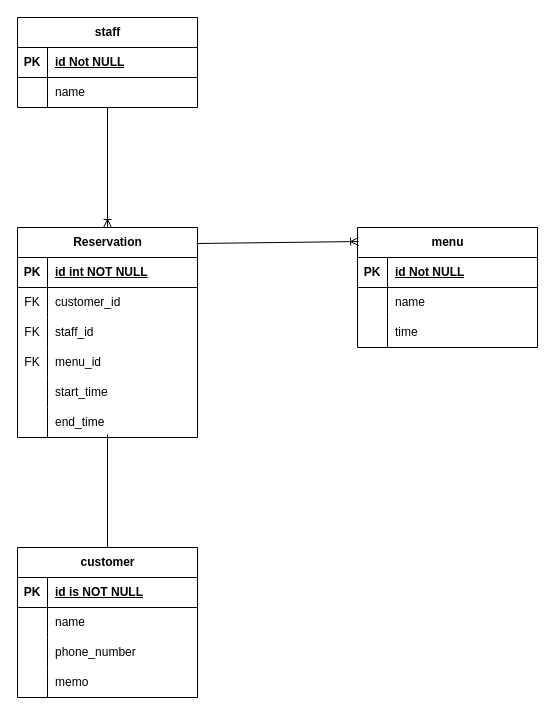
Above: docs/er-diagram.drawio in kukanji/ReserveFlow (draw.io), before the change. Source tidied: cells renumbered, new cells numbered last; positions are measured from the earlier drawing's top-left corner, leaving out a move shared by most shapes. Both pictures are drawn from the tidied source at 100%, with x=0, y=0 at pixel (17, 17).
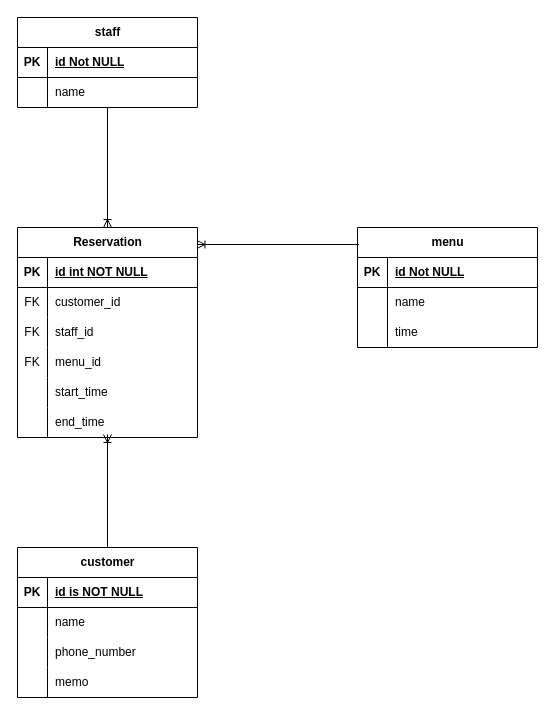
Above is the later version.

Commit message:
ER図のテーブル間の関係性を変更

The change refers to these unchanged cells:
```xml
<mxCell id="3" value="Reservation" style="shape=table;startSize=30;childLayout=tableLayout;rowLines=0;fontStyle=1;align=center;html=1;" parent="1" vertex="1">
  <mxGeometry y="210" width="180" height="210" as="geometry" />
</mxCell>
<mxCell id="19" style="shape=tableRow;horizontal=0;startSize=0;swimlaneHead=0;swimlaneBody=0;fillColor=none;points=[[0,0.5],[1,0.5]];portConstraint=eastwest;top=0;left=0;right=0;bottom=0;" parent="3" vertex="1">
  <mxGeometry y="180" width="180" height="30" as="geometry" />
</mxCell>
<mxCell id="22" value="customer" style="shape=table;startSize=30;childLayout=tableLayout;rowLines=0;fontStyle=1;align=center;html=1;" parent="1" vertex="1">
  <mxGeometry y="530" width="180" height="150" as="geometry" />
</mxCell>
<mxCell id="42" value="menu" style="shape=table;startSize=30;childLayout=tableLayout;rowLines=0;fontStyle=1;align=center;html=1;" parent="1" vertex="1">
  <mxGeometry x="340" y="210" width="180" height="120" as="geometry" />
</mxCell>
```

The edit, as a diff of the source:
```diff
@@
-    <mxCell id="2" style="edgeStyle=none;html=1;endArrow=none;endFill=0;exitX=0.5;exitY=0.9;exitDx=0;exitDy=0;entryX=0.5;entryY=0;entryDx=0;entryDy=0;exitPerimeter=0;" parent="1" edge="1" source="19" target="22">
+    <mxCell id="2" style="edgeStyle=none;html=1;endArrow=none;endFill=0;exitX=0.5;exitY=0.9;exitDx=0;exitDy=0;entryX=0.5;entryY=0;entryDx=0;entryDy=0;exitPerimeter=0;startArrow=ERoneToMany;startFill=0;" parent="1" edge="1" source="19" target="22">
       <mxGeometry relative="1" as="geometry" />
     </mxCell>
@@
-    <mxCell id="52" style="edgeStyle=none;html=1;entryX=0.006;entryY=0.117;entryDx=0;entryDy=0;endArrow=ERoneToMany;endFill=0;entryPerimeter=0;" parent="1" edge="1" target="42">
-      <mxGeometry relative="1" as="geometry">
-        <mxPoint x="179" y="226" as="sourcePoint" />
-      </mxGeometry>
+    <mxCell id="52" style="edgeStyle=none;html=1;entryX=0.997;entryY=0.081;entryDx=0;entryDy=0;endArrow=ERoneToMany;endFill=0;entryPerimeter=0;exitX=0.008;exitY=0.142;exitDx=0;exitDy=0;exitPerimeter=0;" parent="1" edge="1" source="42" target="3">
+      <mxGeometry relative="1" as="geometry" />
     </mxCell>
```
